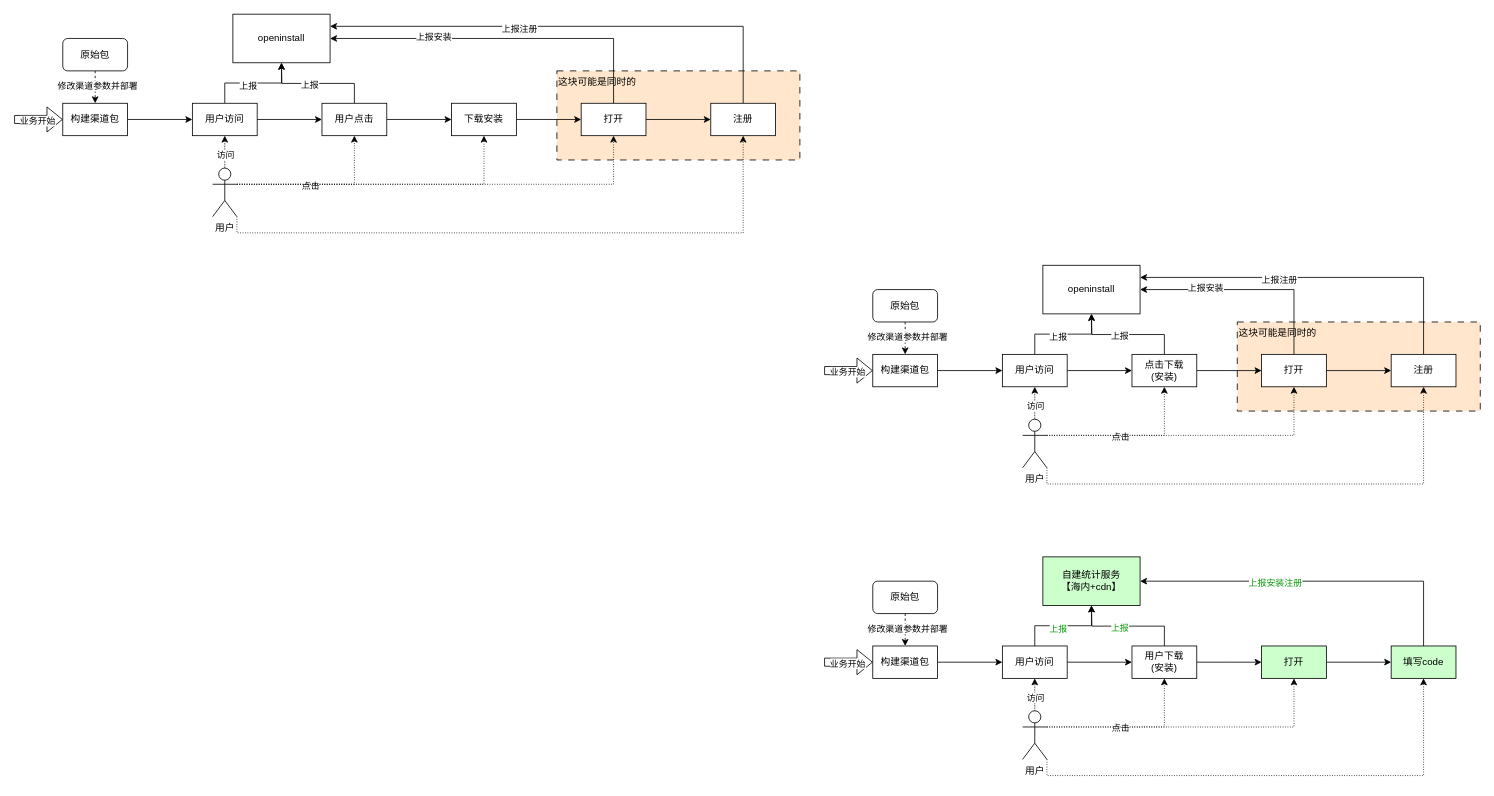
Earlier version of the draw.io diagram design/落地页+统计方案设计.drawio (ruiku-tech/game-box). Source tidied: cells renumbered, new cells numbered last; positions are measured from the earlier drawing's top-left corner, leaving out a move shared by most shapes. Both pictures are drawn from the tidied source at 81%, with x=0, y=0 at pixel (14, 14).
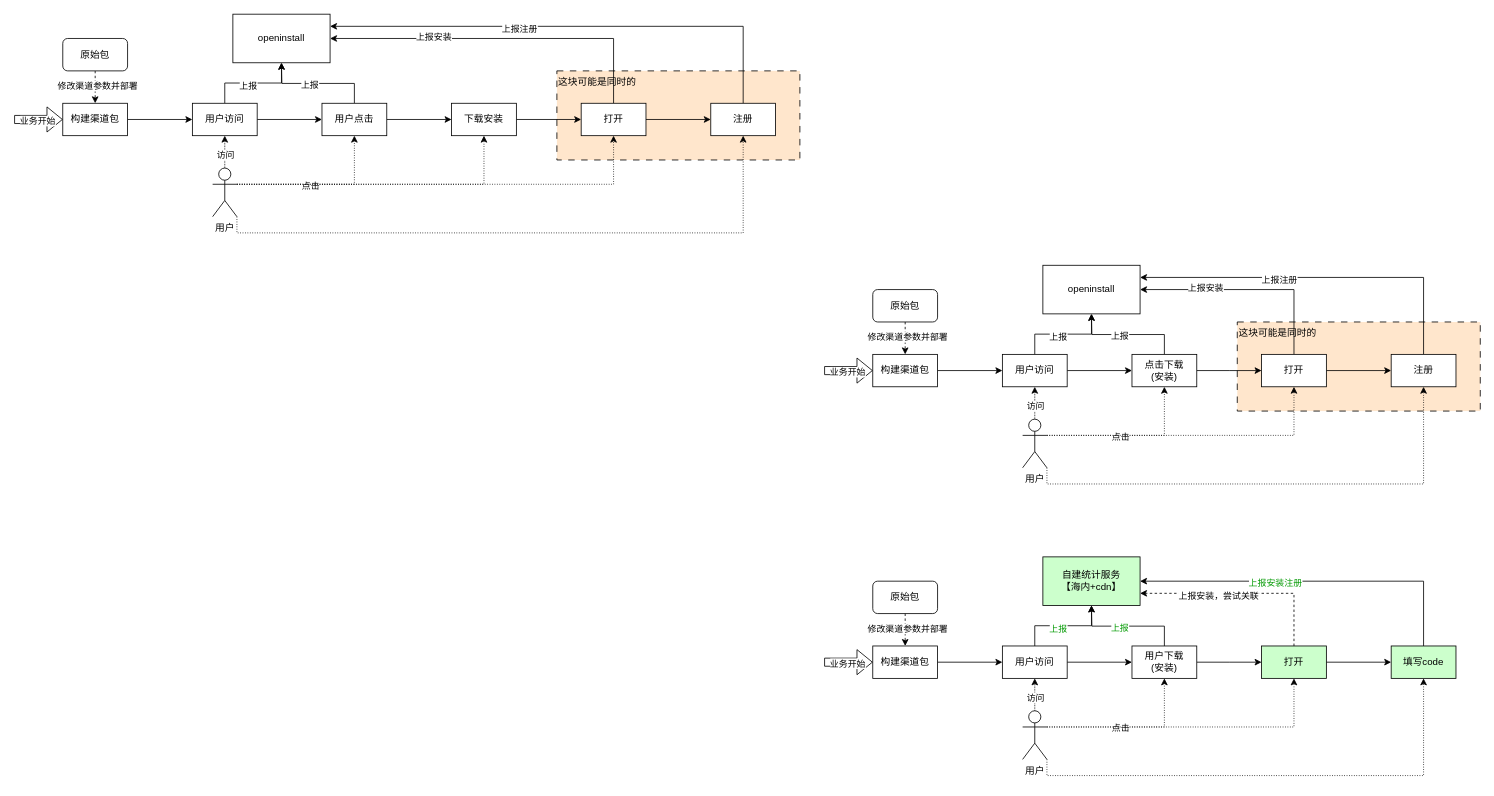
Above is the later version.

Commit message:
更新落地页+统计方案设计.drawio

The change refers to these unchanged cells:
```xml
<mxCell id="68" value="自建统计服务&lt;div&gt;【海内+cdn】&lt;/div&gt;" style="rounded=0;whiteSpace=wrap;html=1;fillColor=#CCFFCC;" parent="1" vertex="1">
  <mxGeometry x="1270" y="670" width="120" height="60" as="geometry" />
</mxCell>
<mxCell id="92" value="打开" style="rounded=0;whiteSpace=wrap;html=1;fillColor=#CCFFCC;" parent="1" vertex="1">
  <mxGeometry x="1540" y="780" width="80" height="40" as="geometry" />
</mxCell>
```

What changed in the source:
```diff
@@
+    <mxCell id="96" style="edgeStyle=orthogonalEdgeStyle;rounded=0;jettySize=auto;html=1;exitX=0.5;exitY=0;exitDx=0;exitDy=0;entryX=1;entryY=0.75;entryDx=0;entryDy=0;dashed=1;" parent="1" edge="1" source="92" target="68">
+      <mxGeometry relative="1" as="geometry" />
+    </mxCell>
+    <mxCell id="97" value="上报安装，尝试关联" style="edgeLabel;html=1;align=center;verticalAlign=middle;" parent="96" vertex="1">
+      <mxGeometry x="0.25" y="3" relative="1" as="geometry" />
+    </mxCell>
```
